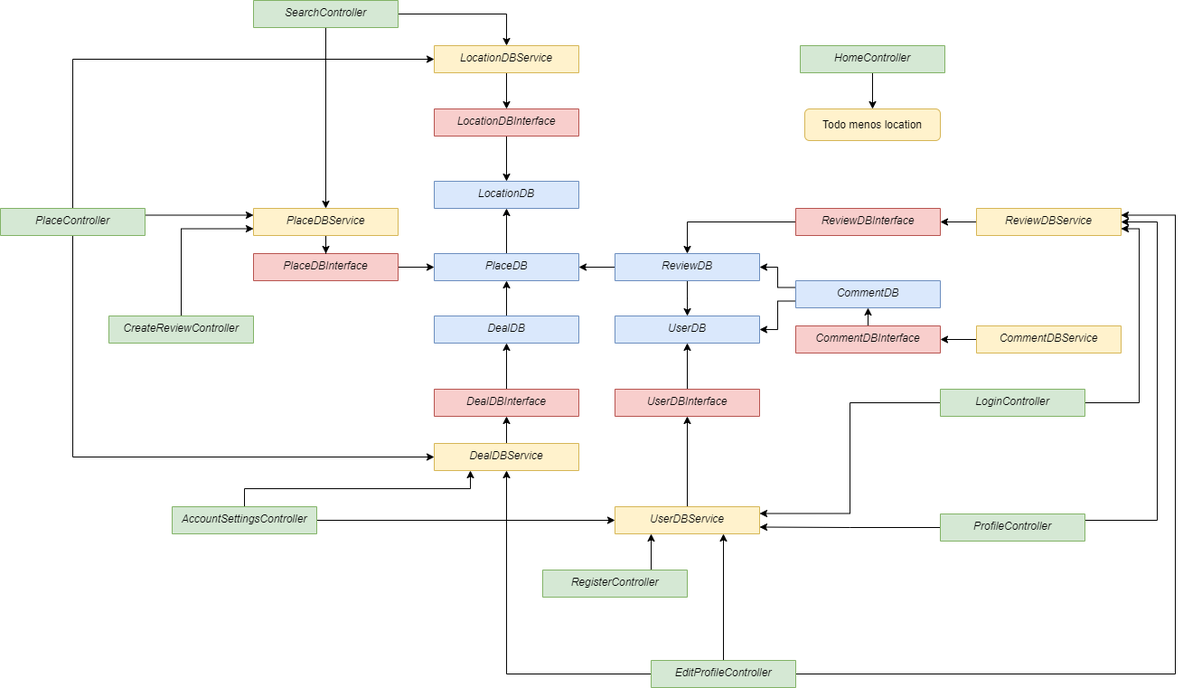
GonzaloLGI/Furry-Advisor keeps this draw.io diagram as Documents/UML_Clases.png. Above is the earlier version. Source tidied: cells renumbered, new cells last; positions are measured from the earlier drawing's top-left corner, leaving out a move shared by most shapes.
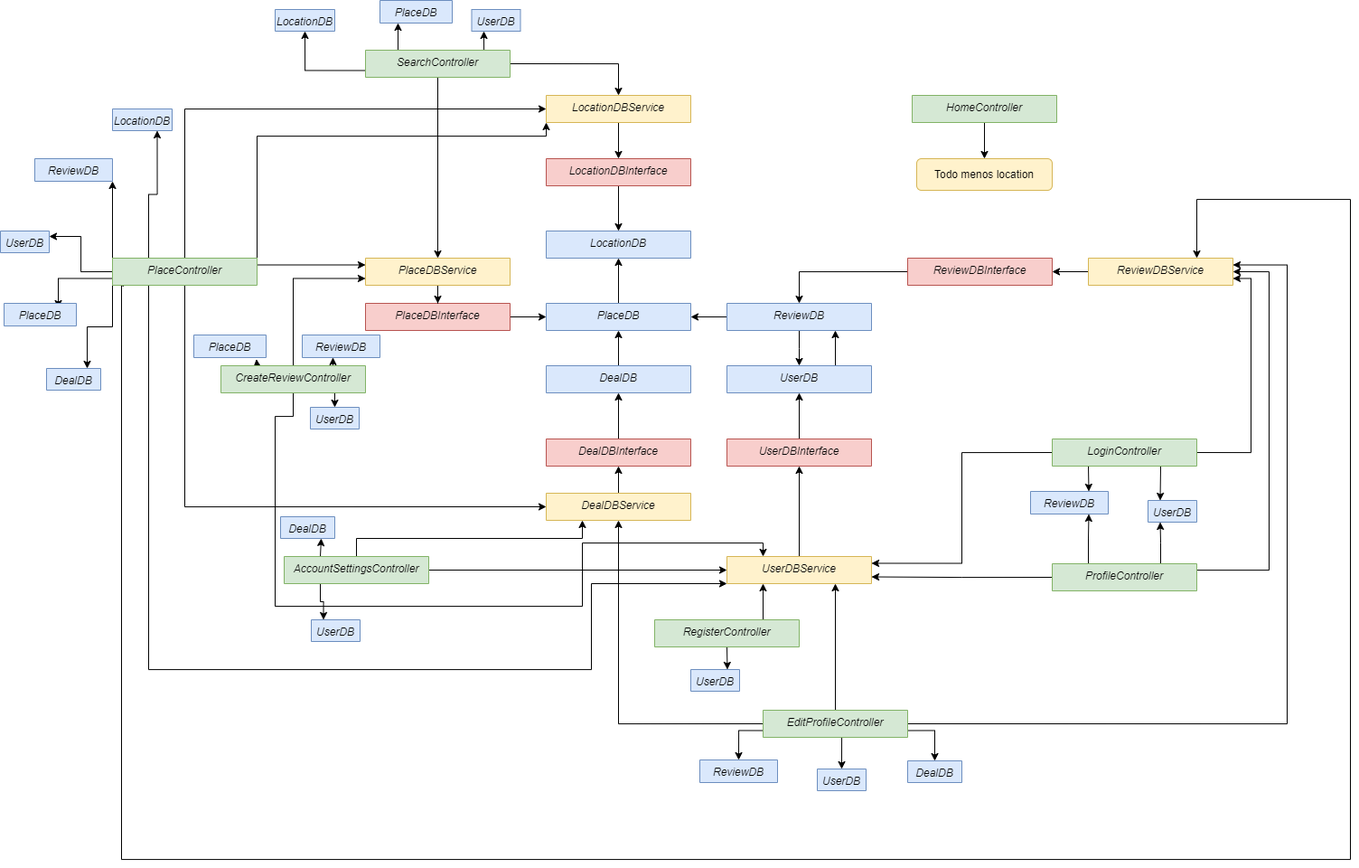
Above is the later version.

Change to the diagram source:
```diff
@@ -29,2 +29,5 @@
     </mxCell>
+    <mxCell id="66" style="edgeStyle=orthogonalEdgeStyle;rounded=0;jettySize=auto;html=1;exitX=0.75;exitY=0;exitDx=0;exitDy=0;entryX=0.75;entryY=1;entryDx=0;entryDy=0;" parent="1" edge="1" source="9" target="8">
+      <mxGeometry relative="1" as="geometry" />
+    </mxCell>
     <mxCell id="9" value="UserDB" style="swimlane;fontStyle=2;align=center;verticalAlign=top;horizontal=1;startSize=30;rounded=0;shadow=0;strokeWidth=1;fillColor=#dae8fc;strokeColor=#6c8ebf;" parent="1" vertex="1">
@@ -53,8 +56,7 @@
     </mxCell>
-    <mxCell id="17" style="edgeStyle=orthogonalEdgeStyle;rounded=0;jettySize=auto;html=1;exitX=0.5;exitY=0;exitDx=0;exitDy=0;entryX=0.5;entryY=1;entryDx=0;entryDy=0;" parent="1" edge="1" source="18" target="52">
-      <mxGeometry relative="1" as="geometry" />
+    <mxCell id="17" style="edgeStyle=orthogonalEdgeStyle;rounded=0;jettySize=auto;html=1;exitX=0.5;exitY=0;exitDx=0;exitDy=0;entryX=0.5;entryY=1;entryDx=0;entryDy=0;" parent="1" edge="1" source="x">
+      <mxGeometry relative="1" as="geometry">
+        <mxPoint x="960" y="340" as="targetPoint" />
+      </mxGeometry>
     </mxCell>
-    <mxCell id="18" value="CommentDBInterface" style="swimlane;fontStyle=2;align=center;verticalAlign=top;horizontal=1;startSize=30;rounded=0;shadow=0;strokeWidth=1;fillColor=#f8cecc;strokeColor=#b85450;" parent="1" vertex="1">
-      <mxGeometry x="880" y="360" width="160" height="30" as="geometry" />
-    </mxCell>
     <mxCell id="19" style="edgeStyle=orthogonalEdgeStyle;rounded=0;orthogonalLoop=1;jettySize=auto;html=1;exitX=0.5;exitY=1;exitDx=0;exitDy=0;fillColor=#dae8fc;strokeColor=#6c8ebf;" parent="1" edge="1" source="3" target="3">
@@ -77,2 +79,45 @@
     </mxCell>
+    <mxCell id="67" style="edgeStyle=orthogonalEdgeStyle;rounded=0;jettySize=auto;html=1;exitX=1;exitY=0;exitDx=0;exitDy=0;entryX=0;entryY=1;entryDx=0;entryDy=0;" parent="1" edge="1" source="25" target="57">
+      <mxGeometry relative="1" as="geometry">
+        <Array as="points">
+          <mxPoint x="160" y="95" />
+          <mxPoint x="480" y="95" />
+        </Array>
+      </mxGeometry>
+    </mxCell>
+    <mxCell id="68" style="edgeStyle=orthogonalEdgeStyle;rounded=0;jettySize=auto;html=1;exitX=0.25;exitY=1;exitDx=0;exitDy=0;entryX=0;entryY=1;entryDx=0;entryDy=0;" parent="1" edge="1" source="25" target="65">
+      <mxGeometry relative="1" as="geometry">
+        <Array as="points">
+          <mxPoint x="40" y="685" />
+          <mxPoint x="530" y="685" />
+          <mxPoint x="530" y="590" />
+        </Array>
+      </mxGeometry>
+    </mxCell>
+    <mxCell id="69" style="edgeStyle=orthogonalEdgeStyle;rounded=0;jettySize=auto;html=1;exitX=0.078;exitY=1.032;exitDx=0;exitDy=0;entryX=0.75;entryY=0;entryDx=0;entryDy=0;exitPerimeter=0;" parent="1" edge="1" source="25" target="55">
+      <mxGeometry relative="1" as="geometry">
+        <Array as="points">
+          <mxPoint x="10" y="260" />
+          <mxPoint x="10" y="895" />
+          <mxPoint x="1370" y="895" />
+          <mxPoint x="1370" y="165" />
+          <mxPoint x="1200" y="165" />
+        </Array>
+      </mxGeometry>
+    </mxCell>
+    <mxCell id="70" style="edgeStyle=orthogonalEdgeStyle;rounded=0;jettySize=auto;html=1;exitX=0.25;exitY=0;exitDx=0;exitDy=0;entryX=0.75;entryY=1;entryDx=0;entryDy=0;" parent="1" edge="1" source="25" target="109">
+      <mxGeometry relative="1" as="geometry" />
+    </mxCell>
+    <mxCell id="71" style="edgeStyle=orthogonalEdgeStyle;rounded=0;jettySize=auto;html=1;exitX=0;exitY=0;exitDx=0;exitDy=0;entryX=1;entryY=1;entryDx=0;entryDy=0;" parent="1" edge="1" source="25" target="107">
+      <mxGeometry relative="1" as="geometry" />
+    </mxCell>
+    <mxCell id="72" style="edgeStyle=orthogonalEdgeStyle;rounded=0;jettySize=auto;html=1;exitX=0;exitY=0.5;exitDx=0;exitDy=0;entryX=1;entryY=0.25;entryDx=0;entryDy=0;" parent="1" edge="1" source="25" target="108">
+      <mxGeometry relative="1" as="geometry" />
+    </mxCell>
+    <mxCell id="73" style="edgeStyle=orthogonalEdgeStyle;rounded=0;jettySize=auto;html=1;exitX=0;exitY=0.75;exitDx=0;exitDy=0;entryX=0.75;entryY=0.2;entryDx=0;entryDy=0;entryPerimeter=0;" parent="1" edge="1" source="25" target="106">
+      <mxGeometry relative="1" as="geometry" />
+    </mxCell>
+    <mxCell id="74" style="edgeStyle=orthogonalEdgeStyle;rounded=0;jettySize=auto;html=1;exitX=0;exitY=1;exitDx=0;exitDy=0;entryX=0.75;entryY=0;entryDx=0;entryDy=0;" parent="1" edge="1" source="25" target="110">
+      <mxGeometry relative="1" as="geometry" />
+    </mxCell>
     <mxCell id="25" value="PlaceController" style="swimlane;fontStyle=2;align=center;verticalAlign=top;horizontal=1;startSize=30;rounded=0;shadow=0;strokeWidth=1;fillColor=#d5e8d4;strokeColor=#82b366;" parent="1" vertex="1">
@@ -86,2 +131,8 @@
     </mxCell>
+    <mxCell id="75" style="edgeStyle=orthogonalEdgeStyle;rounded=0;jettySize=auto;html=1;exitX=0.25;exitY=1;exitDx=0;exitDy=0;entryX=0.75;entryY=0;entryDx=0;entryDy=0;" parent="1" edge="1" source="28" target="100">
+      <mxGeometry relative="1" as="geometry" />
+    </mxCell>
+    <mxCell id="76" style="edgeStyle=orthogonalEdgeStyle;rounded=0;jettySize=auto;html=1;exitX=0.75;exitY=1;exitDx=0;exitDy=0;entryX=0.25;entryY=0;entryDx=0;entryDy=0;" parent="1" edge="1" source="28" target="101">
+      <mxGeometry relative="1" as="geometry" />
+    </mxCell>
     <mxCell id="28" value="LoginController" style="swimlane;fontStyle=2;align=center;verticalAlign=top;horizontal=1;startSize=30;rounded=0;shadow=0;strokeWidth=1;fillColor=#d5e8d4;strokeColor=#82b366;" parent="1" vertex="1">
@@ -92,2 +143,5 @@
     </mxCell>
+    <mxCell id="77" style="edgeStyle=orthogonalEdgeStyle;rounded=0;jettySize=auto;html=1;exitX=0.5;exitY=1;exitDx=0;exitDy=0;entryX=0.75;entryY=0;entryDx=0;entryDy=0;" parent="1" edge="1" source="30" target="102">
+      <mxGeometry relative="1" as="geometry" />
+    </mxCell>
     <mxCell id="30" value="RegisterController" style="swimlane;fontStyle=2;align=center;verticalAlign=top;horizontal=1;startSize=30;rounded=0;shadow=0;strokeWidth=1;fillColor=#d5e8d4;strokeColor=#82b366;" parent="1" vertex="1">
@@ -106,2 +160,8 @@
     </mxCell>
+    <mxCell id="78" style="edgeStyle=orthogonalEdgeStyle;rounded=0;jettySize=auto;html=1;exitX=0.75;exitY=0;exitDx=0;exitDy=0;entryX=0.25;entryY=1;entryDx=0;entryDy=0;" parent="1" edge="1" source="33" target="101">
+      <mxGeometry relative="1" as="geometry" />
+    </mxCell>
+    <mxCell id="79" style="edgeStyle=orthogonalEdgeStyle;rounded=0;jettySize=auto;html=1;exitX=0.25;exitY=0;exitDx=0;exitDy=0;entryX=0.75;entryY=1;entryDx=0;entryDy=0;" parent="1" edge="1" source="33" target="100">
+      <mxGeometry relative="1" as="geometry" />
+    </mxCell>
     <mxCell id="33" value="ProfileController" style="swimlane;fontStyle=2;align=center;verticalAlign=top;horizontal=1;startSize=30;rounded=0;shadow=0;strokeWidth=1;fillColor=#d5e8d4;strokeColor=#82b366;" parent="1" vertex="1">
@@ -115,2 +175,8 @@
     </mxCell>
+    <mxCell id="80" style="edgeStyle=orthogonalEdgeStyle;rounded=0;jettySize=auto;html=1;exitX=0.25;exitY=0;exitDx=0;exitDy=0;entryX=0.75;entryY=1;entryDx=0;entryDy=0;" parent="1" edge="1" source="36" target="99">
+      <mxGeometry relative="1" as="geometry" />
+    </mxCell>
+    <mxCell id="81" style="edgeStyle=orthogonalEdgeStyle;rounded=0;jettySize=auto;html=1;exitX=0.25;exitY=1;exitDx=0;exitDy=0;entryX=0.25;entryY=0;entryDx=0;entryDy=0;" parent="1" edge="1" source="36" target="98">
+      <mxGeometry relative="1" as="geometry" />
+    </mxCell>
     <mxCell id="36" value="AccountSettingsController" style="swimlane;fontStyle=2;align=center;verticalAlign=top;horizontal=1;startSize=30;rounded=0;shadow=0;strokeWidth=1;fillColor=#d5e8d4;strokeColor=#82b366;" parent="1" vertex="1">
@@ -121,2 +187,23 @@
     </mxCell>
+    <mxCell id="82" style="edgeStyle=orthogonalEdgeStyle;rounded=0;jettySize=auto;html=1;exitX=0.5;exitY=1;exitDx=0;exitDy=0;entryX=0.25;entryY=0;entryDx=0;entryDy=0;" parent="1" edge="1" source="38" target="65">
+      <mxGeometry relative="1" as="geometry">
+        <Array as="points">
+          <mxPoint x="200" y="405" />
+          <mxPoint x="180" y="405" />
+          <mxPoint x="180" y="615" />
+          <mxPoint x="520" y="615" />
+          <mxPoint x="520" y="545" />
+          <mxPoint x="720" y="545" />
+        </Array>
+      </mxGeometry>
+    </mxCell>
+    <mxCell id="83" style="edgeStyle=orthogonalEdgeStyle;rounded=0;jettySize=auto;html=1;exitX=0.25;exitY=0;exitDx=0;exitDy=0;entryX=0.866;entryY=1.071;entryDx=0;entryDy=0;entryPerimeter=0;" parent="1" edge="1" source="38" target="92">
+      <mxGeometry relative="1" as="geometry" />
+    </mxCell>
+    <mxCell id="84" style="edgeStyle=orthogonalEdgeStyle;rounded=0;jettySize=auto;html=1;exitX=0.75;exitY=0;exitDx=0;exitDy=0;entryX=0.395;entryY=0.995;entryDx=0;entryDy=0;entryPerimeter=0;" parent="1" edge="1" source="38" target="93">
+      <mxGeometry relative="1" as="geometry" />
+    </mxCell>
+    <mxCell id="85" style="edgeStyle=orthogonalEdgeStyle;rounded=0;jettySize=auto;html=1;exitX=0.75;exitY=1;exitDx=0;exitDy=0;entryX=0.5;entryY=0;entryDx=0;entryDy=0;" parent="1" edge="1" source="38" target="94">
+      <mxGeometry relative="1" as="geometry" />
+    </mxCell>
     <mxCell id="38" value="CreateReviewController" style="swimlane;fontStyle=2;align=center;verticalAlign=top;horizontal=1;startSize=30;rounded=0;shadow=0;strokeWidth=1;fillColor=#d5e8d4;strokeColor=#82b366;" parent="1" vertex="1">
@@ -138,2 +225,11 @@
     </mxCell>
+    <mxCell id="86" style="edgeStyle=orthogonalEdgeStyle;rounded=0;jettySize=auto;html=1;exitX=0;exitY=0.75;exitDx=0;exitDy=0;entryX=0.5;entryY=0;entryDx=0;entryDy=0;" parent="1" edge="1" source="42" target="96">
+      <mxGeometry relative="1" as="geometry" />
+    </mxCell>
+    <mxCell id="87" style="edgeStyle=orthogonalEdgeStyle;rounded=0;jettySize=auto;html=1;exitX=0.5;exitY=1;exitDx=0;exitDy=0;entryX=0.5;entryY=0;entryDx=0;entryDy=0;" parent="1" edge="1" source="42" target="97">
+      <mxGeometry relative="1" as="geometry" />
+    </mxCell>
+    <mxCell id="88" style="edgeStyle=orthogonalEdgeStyle;rounded=0;jettySize=auto;html=1;exitX=1;exitY=0.75;exitDx=0;exitDy=0;entryX=0.5;entryY=0;entryDx=0;entryDy=0;" parent="1" edge="1" source="42" target="95">
+      <mxGeometry relative="1" as="geometry" />
+    </mxCell>
     <mxCell id="42" value="EditProfileController" style="swimlane;fontStyle=2;align=center;verticalAlign=top;horizontal=1;startSize=30;rounded=0;shadow=0;strokeWidth=1;fillColor=#d5e8d4;strokeColor=#82b366;" parent="1" vertex="1">
@@ -159,2 +255,11 @@
     </mxCell>
+    <mxCell id="89" style="edgeStyle=orthogonalEdgeStyle;rounded=0;jettySize=auto;html=1;exitX=0;exitY=0.75;exitDx=0;exitDy=0;entryX=0.5;entryY=1;entryDx=0;entryDy=0;" parent="1" edge="1" source="49" target="105">
+      <mxGeometry relative="1" as="geometry" />
+    </mxCell>
+    <mxCell id="90" style="edgeStyle=orthogonalEdgeStyle;rounded=0;jettySize=auto;html=1;exitX=0.25;exitY=0;exitDx=0;exitDy=0;entryX=0.25;entryY=1;entryDx=0;entryDy=0;" parent="1" edge="1" source="49" target="103">
+      <mxGeometry relative="1" as="geometry" />
+    </mxCell>
+    <mxCell id="91" style="edgeStyle=orthogonalEdgeStyle;rounded=0;jettySize=auto;html=1;exitX=0.75;exitY=0;exitDx=0;exitDy=0;entryX=0.25;entryY=1;entryDx=0;entryDy=0;" parent="1" edge="1" source="49" target="104">
+      <mxGeometry relative="1" as="geometry" />
+    </mxCell>
     <mxCell id="49" value="SearchController" style="swimlane;fontStyle=2;align=center;verticalAlign=top;horizontal=1;startSize=30;rounded=0;shadow=0;strokeWidth=1;fillColor=#d5e8d4;strokeColor=#82b366;" parent="1" vertex="1">
@@ -162,11 +267,2 @@
     </mxCell>
-    <mxCell id="50" style="edgeStyle=orthogonalEdgeStyle;rounded=0;jettySize=auto;html=1;exitX=0;exitY=0.25;exitDx=0;exitDy=0;entryX=1;entryY=0.5;entryDx=0;entryDy=0;" parent="1" edge="1" source="52" target="8">
-      <mxGeometry relative="1" as="geometry" />
-    </mxCell>
-    <mxCell id="51" style="edgeStyle=orthogonalEdgeStyle;rounded=0;jettySize=auto;html=1;exitX=0;exitY=0.75;exitDx=0;exitDy=0;entryX=1;entryY=0.5;entryDx=0;entryDy=0;" parent="1" edge="1" source="52" target="9">
-      <mxGeometry relative="1" as="geometry" />
-    </mxCell>
-    <mxCell id="52" value="CommentDB" style="swimlane;fontStyle=2;align=center;verticalAlign=top;horizontal=1;startSize=30;rounded=0;shadow=0;strokeWidth=1;fillColor=#dae8fc;strokeColor=#6c8ebf;" parent="1" vertex="1">
-      <mxGeometry x="880" y="310" width="160" height="30" as="geometry" />
-    </mxCell>
     <mxCell id="53" value="UserDBInterface" style="swimlane;fontStyle=2;align=center;verticalAlign=top;horizontal=1;startSize=30;rounded=0;shadow=0;strokeWidth=1;fillColor=#f8cecc;strokeColor=#b85450;" parent="1" vertex="1">
@@ -198,8 +294,7 @@
     </mxCell>
-    <mxCell id="62" style="edgeStyle=orthogonalEdgeStyle;rounded=0;jettySize=auto;html=1;exitX=0;exitY=0.5;exitDx=0;exitDy=0;" parent="1" edge="1" source="63" target="18">
-      <mxGeometry relative="1" as="geometry" />
+    <mxCell id="62" style="edgeStyle=orthogonalEdgeStyle;rounded=0;jettySize=auto;html=1;exitX=0;exitY=0.5;exitDx=0;exitDy=0;" parent="1" edge="1" source="x">
+      <mxGeometry relative="1" as="geometry">
+        <mxPoint x="1040" y="375" as="targetPoint" />
+      </mxGeometry>
     </mxCell>
-    <mxCell id="63" value="CommentDBService" style="swimlane;fontStyle=2;align=center;verticalAlign=top;horizontal=1;startSize=30;rounded=0;shadow=0;strokeWidth=1;fillColor=#fff2cc;strokeColor=#d6b656;" parent="1" vertex="1">
-      <mxGeometry x="1080" y="360" width="160" height="30" as="geometry" />
-    </mxCell>
     <mxCell id="64" style="edgeStyle=orthogonalEdgeStyle;rounded=0;jettySize=auto;html=1;exitX=0.5;exitY=0;exitDx=0;exitDy=0;entryX=0.5;entryY=1;entryDx=0;entryDy=0;" parent="1" edge="1" source="65" target="53">
@@ -210,2 +305,59 @@
     </mxCell>
+    <mxCell id="92" value="PlaceDB" style="swimlane;fontStyle=2;align=center;verticalAlign=top;horizontal=1;startSize=30;rounded=0;shadow=0;strokeWidth=1;fillColor=#dae8fc;strokeColor=#6c8ebf;" parent="1" vertex="1">
+      <mxGeometry x="90" y="315" width="80" height="25" as="geometry" />
+    </mxCell>
+    <mxCell id="93" value="ReviewDB" style="swimlane;fontStyle=2;align=center;verticalAlign=top;horizontal=1;startSize=30;rounded=0;shadow=0;strokeWidth=1;fillColor=#dae8fc;strokeColor=#6c8ebf;" parent="1" vertex="1">
+      <mxGeometry x="210" y="315" width="86" height="25" as="geometry" />
+    </mxCell>
+    <mxCell id="94" value="UserDB" style="swimlane;fontStyle=2;align=center;verticalAlign=top;horizontal=1;startSize=30;rounded=0;shadow=0;strokeWidth=1;fillColor=#dae8fc;strokeColor=#6c8ebf;" parent="1" vertex="1">
+      <mxGeometry x="219" y="395" width="54" height="24" as="geometry" />
+    </mxCell>
+    <mxCell id="95" value="DealDB" style="swimlane;fontStyle=2;align=center;verticalAlign=top;horizontal=1;startSize=30;rounded=0;shadow=0;strokeWidth=1;fillColor=#dae8fc;strokeColor=#6c8ebf;" parent="1" vertex="1">
+      <mxGeometry x="880" y="786" width="60" height="24" as="geometry" />
+    </mxCell>
+    <mxCell id="96" value="ReviewDB" style="swimlane;fontStyle=2;align=center;verticalAlign=top;horizontal=1;startSize=30;rounded=0;shadow=0;strokeWidth=1;fillColor=#dae8fc;strokeColor=#6c8ebf;" parent="1" vertex="1">
+      <mxGeometry x="650" y="785" width="86" height="25" as="geometry" />
+    </mxCell>
+    <mxCell id="97" value="UserDB" style="swimlane;fontStyle=2;align=center;verticalAlign=top;horizontal=1;startSize=30;rounded=0;shadow=0;strokeWidth=1;fillColor=#dae8fc;strokeColor=#6c8ebf;" parent="1" vertex="1">
+      <mxGeometry x="780" y="795" width="54" height="24" as="geometry" />
+    </mxCell>
+    <mxCell id="98" value="UserDB" style="swimlane;fontStyle=2;align=center;verticalAlign=top;horizontal=1;startSize=30;rounded=0;shadow=0;strokeWidth=1;fillColor=#dae8fc;strokeColor=#6c8ebf;" parent="1" vertex="1">
+      <mxGeometry x="220" y="630" width="54" height="24" as="geometry" />
+    </mxCell>
+    <mxCell id="99" value="DealDB" style="swimlane;fontStyle=2;align=center;verticalAlign=top;horizontal=1;startSize=30;rounded=0;shadow=0;strokeWidth=1;fillColor=#dae8fc;strokeColor=#6c8ebf;" parent="1" vertex="1">
+      <mxGeometry x="186" y="516" width="60" height="24" as="geometry" />
+    </mxCell>
+    <mxCell id="100" value="ReviewDB" style="swimlane;fontStyle=2;align=center;verticalAlign=top;horizontal=1;startSize=30;rounded=0;shadow=0;strokeWidth=1;fillColor=#dae8fc;strokeColor=#6c8ebf;" parent="1" vertex="1">
+      <mxGeometry x="1016" y="488" width="86" height="25" as="geometry" />
+    </mxCell>
+    <mxCell id="101" value="UserDB" style="swimlane;fontStyle=2;align=center;verticalAlign=top;horizontal=1;startSize=30;rounded=0;shadow=0;strokeWidth=1;fillColor=#dae8fc;strokeColor=#6c8ebf;" parent="1" vertex="1">
+      <mxGeometry x="1146" y="498" width="54" height="24" as="geometry" />
+    </mxCell>
+    <mxCell id="102" value="UserDB" style="swimlane;fontStyle=2;align=center;verticalAlign=top;horizontal=1;startSize=30;rounded=0;shadow=0;strokeWidth=1;fillColor=#dae8fc;strokeColor=#6c8ebf;" parent="1" vertex="1">
+      <mxGeometry x="640" y="685" width="54" height="24" as="geometry" />
+    </mxCell>
+    <mxCell id="103" value="PlaceDB" style="swimlane;fontStyle=2;align=center;verticalAlign=top;horizontal=1;startSize=30;rounded=0;shadow=0;strokeWidth=1;fillColor=#dae8fc;strokeColor=#6c8ebf;" parent="1" vertex="1">
+      <mxGeometry x="296" y="-55" width="80" height="25" as="geometry" />
+    </mxCell>
+    <mxCell id="104" value="UserDB" style="swimlane;fontStyle=2;align=center;verticalAlign=top;horizontal=1;startSize=30;rounded=0;shadow=0;strokeWidth=1;fillColor=#dae8fc;strokeColor=#6c8ebf;" parent="1" vertex="1">
+      <mxGeometry x="397.5" y="-45" width="54" height="24" as="geometry" />
+    </mxCell>
+    <mxCell id="105" value="LocationDB" style="swimlane;fontStyle=2;align=center;verticalAlign=top;horizontal=1;startSize=30;rounded=0;shadow=0;strokeWidth=1;fillColor=#dae8fc;strokeColor=#6c8ebf;" parent="1" vertex="1">
+      <mxGeometry x="180" y="-45" width="66" height="24" as="geometry" />
+    </mxCell>
+    <mxCell id="106" value="PlaceDB" style="swimlane;fontStyle=2;align=center;verticalAlign=top;horizontal=1;startSize=30;rounded=0;shadow=0;strokeWidth=1;fillColor=#dae8fc;strokeColor=#6c8ebf;" parent="1" vertex="1">
+      <mxGeometry x="-120" y="280" width="80" height="25" as="geometry" />
+    </mxCell>
+    <mxCell id="107" value="ReviewDB" style="swimlane;fontStyle=2;align=center;verticalAlign=top;horizontal=1;startSize=30;rounded=0;shadow=0;strokeWidth=1;fillColor=#dae8fc;strokeColor=#6c8ebf;" parent="1" vertex="1">
+      <mxGeometry x="-86" y="120" width="86" height="25" as="geometry" />
+    </mxCell>
+    <mxCell id="108" value="UserDB" style="swimlane;fontStyle=2;align=center;verticalAlign=top;horizontal=1;startSize=30;rounded=0;shadow=0;strokeWidth=1;fillColor=#dae8fc;strokeColor=#6c8ebf;" parent="1" vertex="1">
+      <mxGeometry x="-124" y="200" width="54" height="24" as="geometry" />
+    </mxCell>
+    <mxCell id="109" value="LocationDB" style="swimlane;fontStyle=2;align=center;verticalAlign=top;horizontal=1;startSize=30;rounded=0;shadow=0;strokeWidth=1;fillColor=#dae8fc;strokeColor=#6c8ebf;" parent="1" vertex="1">
+      <mxGeometry y="65" width="66" height="24" as="geometry" />
+    </mxCell>
+    <mxCell id="110" value="DealDB" style="swimlane;fontStyle=2;align=center;verticalAlign=top;horizontal=1;startSize=30;rounded=0;shadow=0;strokeWidth=1;fillColor=#dae8fc;strokeColor=#6c8ebf;" parent="1" vertex="1">
+      <mxGeometry x="-73" y="352" width="60" height="24" as="geometry" />
+    </mxCell>
   </root>
```
